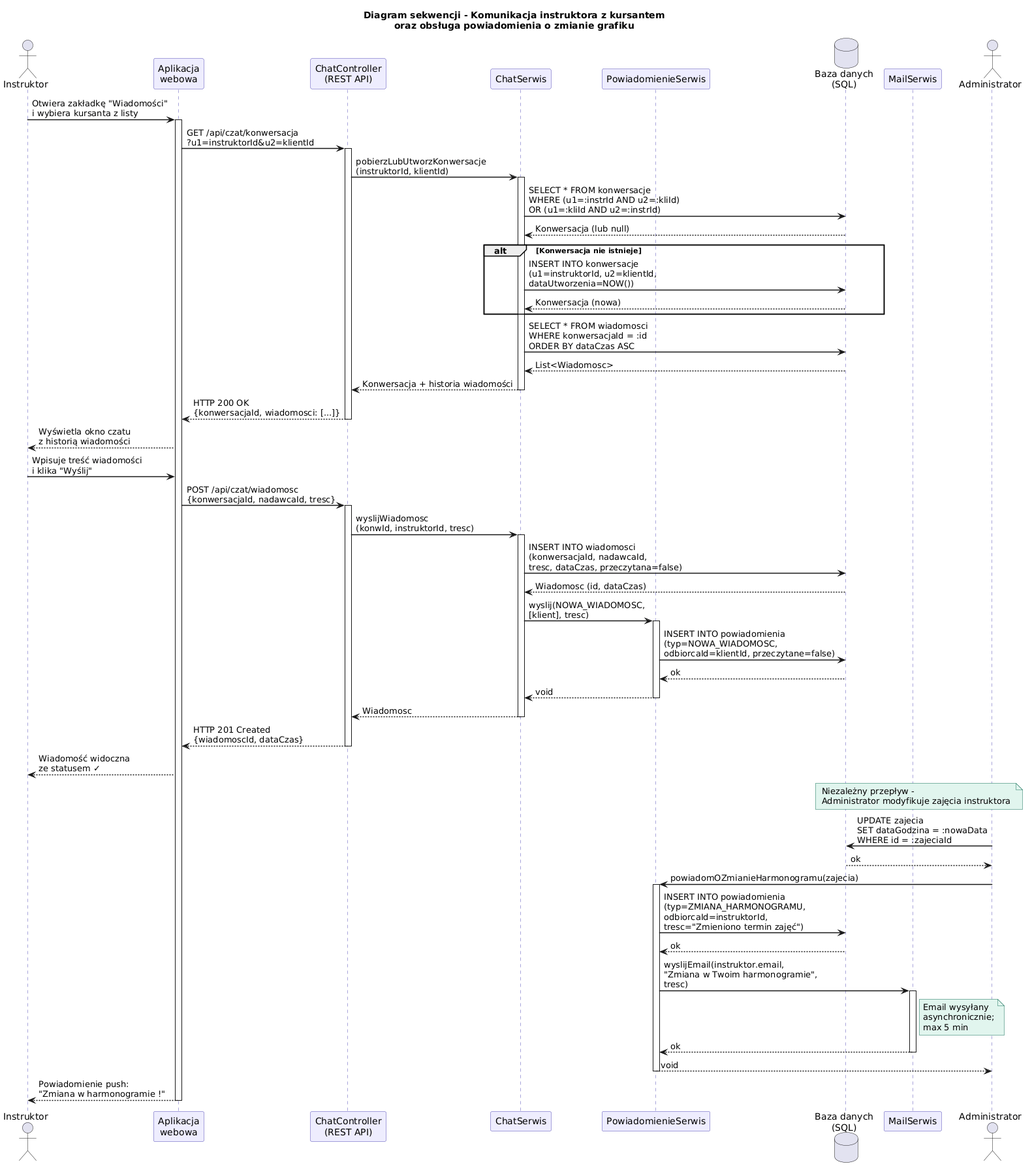
Earlier version of the PlantUML export DiagramySekwencji/komunikacjaZKursantemIPowiadomieniaSekwencja.png (lukaszdeja/Delfinek). The source it was exported from:
```plantuml
@startuml
title Diagram sekwencji - Komunikacja instruktora z kursantem\noraz obsługa powiadomienia o zmianie grafiku

skinparam sequenceArrowThickness 1.5
skinparam participantBorderColor #534AB7
skinparam participantBackgroundColor #EEEDFE
skinparam sequenceLifeLineBorderColor #534AB7
skinparam noteBackgroundColor #E1F5EE
skinparam noteBorderColor #0F6E56

actor Instruktor as I
participant "Aplikacja\nwebowa" as UI
participant "ChatController\n(REST API)" as CHAT_CTRL
participant "ChatSerwis" as CS
participant "PowiadomienieSerwis" as PS
database "Baza danych\n(SQL)" as DB
participant "MailSerwis" as MAIL
actor Administrator as A

I -> UI : Otwiera zakładkę "Wiadomości"\ni wybiera kursanta z listy
activate UI

UI -> CHAT_CTRL : GET /api/czat/konwersacja\n?u1=instruktorId&u2=klientId
activate CHAT_CTRL

CHAT_CTRL -> CS : pobierzLubUtworzKonwersacje\n(instruktorId, klientId)
activate CS

CS -> DB : SELECT * FROM konwersacje\nWHERE (u1=:instrId AND u2=:kliId)\nOR (u1=:kliId AND u2=:instrId)
DB --> CS : Konwersacja (lub null)

alt Konwersacja nie istnieje
    CS -> DB : INSERT INTO konwersacje\n(u1=instruktorId, u2=klientId,\ndataUtworzenia=NOW())
    DB --> CS : Konwersacja (nowa)
end

CS -> DB : SELECT * FROM wiadomosci\nWHERE konwersacjaId = :id\nORDER BY dataCzas ASC
DB --> CS : List<Wiadomosc>

CS --> CHAT_CTRL : Konwersacja + historia wiadomości
deactivate CS

CHAT_CTRL --> UI : HTTP 200 OK\n{konwersacjaId, wiadomosci: [...]}
deactivate CHAT_CTRL

UI --> I : Wyświetla okno czatu\nz historią wiadomości

I -> UI : Wpisuje treść wiadomości\ni klika "Wyślij"
UI -> CHAT_CTRL : POST /api/czat/wiadomosc\n{konwersacjaId, nadawcaId, tresc}
activate CHAT_CTRL

CHAT_CTRL -> CS : wyslijWiadomosc\n(konwId, instruktorId, tresc)
activate CS

CS -> DB : INSERT INTO wiadomosci\n(konwersacjaId, nadawcaId,\ntresc, dataCzas, przeczytana=false)
DB --> CS : Wiadomosc (id, dataCzas)

CS -> PS : wyslij(NOWA_WIADOMOSC,\n[klient], tresc)
activate PS

PS -> DB : INSERT INTO powiadomienia\n(typ=NOWA_WIADOMOSC,\nodbiorcaId=klientId, przeczytane=false)
DB --> PS : ok

PS --> CS : void
deactivate PS

CS --> CHAT_CTRL : Wiadomosc
deactivate CS

CHAT_CTRL --> UI : HTTP 201 Created\n{wiadomoscId, dataCzas}
deactivate CHAT_CTRL

UI --> I : Wiadomość widoczna\nze statusem ✓

note over A, DB : Niezależny przepływ -\nAdministrator modyfikuje zajęcia instruktora

A -> DB : UPDATE zajecia\nSET dataGodzina = :nowaData\nWHERE id = :zajeciaId

DB --> A : ok

A -> PS : powiadomOZmianieHarmonogramu(zajecia)
activate PS

PS -> DB : INSERT INTO powiadomienia\n(typ=ZMIANA_HARMONOGRAMU,\nodbiorcaId=instruktorId,\ntresc="Zmieniono termin zajęć")
DB --> PS : ok

PS -> MAIL : wyslijEmail(instruktor.email,\n"Zmiana w Twoim harmonogramie",\ntresc)
activate MAIL
note right of MAIL : Email wysyłany\nasynchronicznie;\nmax 5 min
MAIL --> PS : ok
deactivate MAIL

PS --> A : void
deactivate PS

UI --> I : Powiadomienie push:\n"Zmiana w harmonogramie !"
deactivate UI
@enduml
```
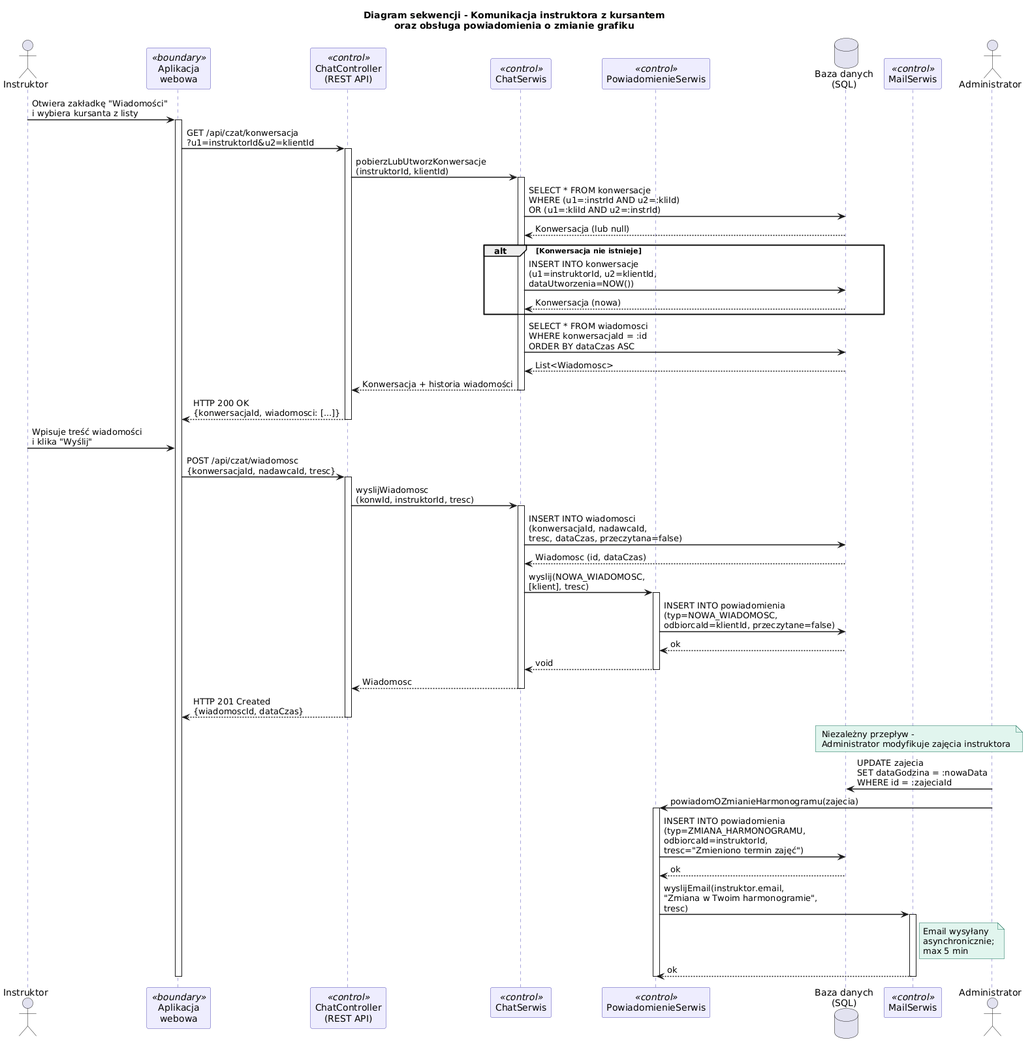
Above is the later version.

Change to the diagram source:
```diff
@@ -9,12 +9,12 @@
 skinparam noteBorderColor #0F6E56
 
 actor Instruktor as I
-participant "Aplikacja\nwebowa" as UI
-participant "ChatController\n(REST API)" as CHAT_CTRL
-participant "ChatSerwis" as CS
-participant "PowiadomienieSerwis" as PS
+participant "Aplikacja\nwebowa" as UI <<boundary>>
+participant "ChatController\n(REST API)" as CHAT_CTRL <<control>>
+participant "ChatSerwis" as CS <<control>>
+participant "PowiadomienieSerwis" as PS <<control>>
 database "Baza danych\n(SQL)" as DB
-participant "MailSerwis" as MAIL
+participant "MailSerwis" as MAIL <<control>>
 actor Administrator as A
 
 I -> UI : Otwiera zakładkę "Wiadomości"\ni wybiera kursanta z listy
@@ -43,7 +43,6 @@
 CHAT_CTRL --> UI : HTTP 200 OK\n{konwersacjaId, wiadomosci: [...]}
 deactivate CHAT_CTRL
 
-UI --> I : Wyświetla okno czatu\nz historią wiadomości
 
 I -> UI : Wpisuje treść wiadomości\ni klika "Wyślij"
 UI -> CHAT_CTRL : POST /api/czat/wiadomosc\n{konwersacjaId, nadawcaId, tresc}
@@ -70,13 +69,11 @@
 CHAT_CTRL --> UI : HTTP 201 Created\n{wiadomoscId, dataCzas}
 deactivate CHAT_CTRL
 
-UI --> I : Wiadomość widoczna\nze statusem ✓
 
 note over A, DB : Niezależny przepływ -\nAdministrator modyfikuje zajęcia instruktora
 
 A -> DB : UPDATE zajecia\nSET dataGodzina = :nowaData\nWHERE id = :zajeciaId
 
-DB --> A : ok
 
 A -> PS : powiadomOZmianieHarmonogramu(zajecia)
 activate PS
@@ -90,9 +87,7 @@
 MAIL --> PS : ok
 deactivate MAIL
 
-PS --> A : void
 deactivate PS
 
-UI --> I : Powiadomienie push:\n"Zmiana w harmonogramie !"
 deactivate UI
 @enduml
```
